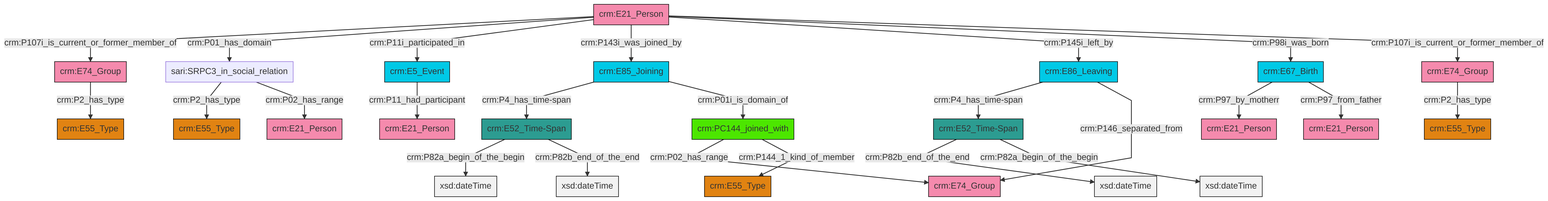
swiss-art-research-net/docs.swissartresearch keeps this Mermaid diagram as et/personCSV/ttl/mmd/png/Person_Actor_Relations.png. Above is the earlier version. Its source is kept beside it as et/personCSV/ttl/mmd/Person_Actor_Relations.ttl.mmd.
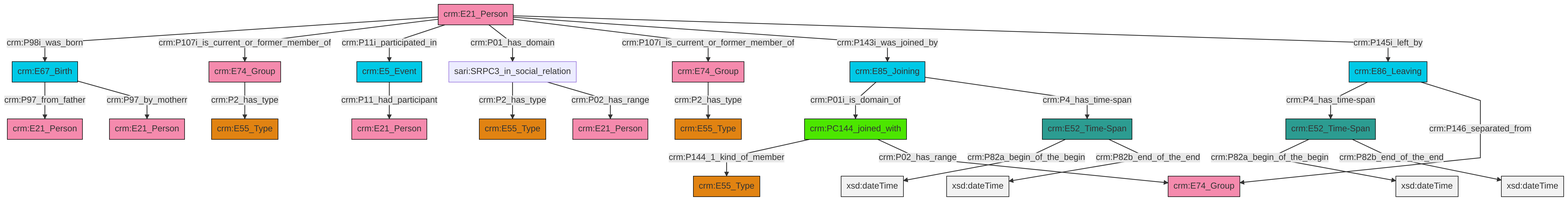
Above is the later version.

Diff of the diagram source:
```diff
@@ -13,27 +13,27 @@
 classDef PC_Classes fill:#4ce600, stroke:#000000;
 classDef Multi fill:#cccccc,stroke:#000000;
 
-6["crm:E86_Leaving"]:::Temporal_Entity -->|crm:P4_has_time-span| 7["crm:E52_Time-Span"]:::Time-Span
-8["crm:E21_Person"]:::Actor -->|crm:P107i_is_current_or_former_member_of| 9["crm:E74_Group"]:::Actor
-6["crm:E86_Leaving"]:::Temporal_Entity -->|crm:P146_separated_from| 10["crm:E74_Group"]:::Actor
-11["crm:E74_Group"]:::Actor -->|crm:P2_has_type| 12["crm:E55_Type"]:::Type
-8["crm:E21_Person"]:::Actor -->|crm:P01_has_domain| 13["sari:SRPC3_in_social_relation"]:::Default
-2["crm:E52_Time-Span"]:::Time-Span -->|crm:P82a_begin_of_the_begin| 15[xsd:dateTime]:::Literal
-4["crm:PC144_joined_with"]:::PC_Classes -->|crm:P02_has_range| 10["crm:E74_Group"]:::Actor
-8["crm:E21_Person"]:::Actor -->|crm:P11i_participated_in| 17["crm:E5_Event"]:::Temporal_Entity
-13["sari:SRPC3_in_social_relation"]:::Default -->|crm:P2_has_type| 22["crm:E55_Type"]:::Type
-23["crm:E85_Joining"]:::Temporal_Entity -->|crm:P4_has_time-span| 2["crm:E52_Time-Span"]:::Time-Span
-7["crm:E52_Time-Span"]:::Time-Span -->|crm:P82b_end_of_the_end| 26[xsd:dateTime]:::Literal
-23["crm:E85_Joining"]:::Temporal_Entity -->|crm:P01i_is_domain_of| 4["crm:PC144_joined_with"]:::PC_Classes
-13["sari:SRPC3_in_social_relation"]:::Default -->|crm:P02_has_range| 31["crm:E21_Person"]:::Actor
-2["crm:E52_Time-Span"]:::Time-Span -->|crm:P82b_end_of_the_end| 32[xsd:dateTime]:::Literal
-9["crm:E74_Group"]:::Actor -->|crm:P2_has_type| 0["crm:E55_Type"]:::Type
-4["crm:PC144_joined_with"]:::PC_Classes -->|crm:P144_1_kind_of_member| 19["crm:E55_Type"]:::Type
-29["crm:E67_Birth"]:::Temporal_Entity -->|crm:P97_by_motherr| 38["crm:E21_Person"]:::Actor
-8["crm:E21_Person"]:::Actor -->|crm:P143i_was_joined_by| 23["crm:E85_Joining"]:::Temporal_Entity
-29["crm:E67_Birth"]:::Temporal_Entity -->|crm:P97_from_father| 24["crm:E21_Person"]:::Actor
-8["crm:E21_Person"]:::Actor -->|crm:P145i_left_by| 6["crm:E86_Leaving"]:::Temporal_Entity
-17["crm:E5_Event"]:::Temporal_Entity -->|crm:P11_had_participant| 39["crm:E21_Person"]:::Actor
-8["crm:E21_Person"]:::Actor -->|crm:P98i_was_born| 29["crm:E67_Birth"]:::Temporal_Entity
-7["crm:E52_Time-Span"]:::Time-Span -->|crm:P82a_begin_of_the_begin| 45[xsd:dateTime]:::Literal
-8["crm:E21_Person"]:::Actor -->|crm:P107i_is_current_or_former_member_of| 11["crm:E74_Group"]:::Actor
+6["crm:E21_Person"]:::Actor -->|crm:P98i_was_born| 7["crm:E67_Birth"]:::Temporal_Entity
+6["crm:E21_Person"]:::Actor -->|crm:P107i_is_current_or_former_member_of| 0["crm:E74_Group"]:::Actor
+10["crm:E5_Event"]:::Temporal_Entity -->|crm:P11_had_participant| 2["crm:E21_Person"]:::Actor
+7["crm:E67_Birth"]:::Temporal_Entity -->|crm:P97_from_father| 11["crm:E21_Person"]:::Actor
+7["crm:E67_Birth"]:::Temporal_Entity -->|crm:P97_by_motherr| 12["crm:E21_Person"]:::Actor
+0["crm:E74_Group"]:::Actor -->|crm:P2_has_type| 4["crm:E55_Type"]:::Type
+13["crm:PC144_joined_with"]:::PC_Classes -->|crm:P144_1_kind_of_member| 14["crm:E55_Type"]:::Type
+8["crm:E52_Time-Span"]:::Time-Span -->|crm:P82a_begin_of_the_begin| 15[xsd:dateTime]:::Literal
+20["crm:E52_Time-Span"]:::Time-Span -->|crm:P82a_begin_of_the_begin| 21[xsd:dateTime]:::Literal
+6["crm:E21_Person"]:::Actor -->|crm:P11i_participated_in| 10["crm:E5_Event"]:::Temporal_Entity
+13["crm:PC144_joined_with"]:::PC_Classes -->|crm:P02_has_range| 22["crm:E74_Group"]:::Actor
+6["crm:E21_Person"]:::Actor -->|crm:P01_has_domain| 17["sari:SRPC3_in_social_relation"]:::Default
+24["crm:E86_Leaving"]:::Temporal_Entity -->|crm:P4_has_time-span| 20["crm:E52_Time-Span"]:::Time-Span
+28["crm:E74_Group"]:::Actor -->|crm:P2_has_type| 29["crm:E55_Type"]:::Type
+6["crm:E21_Person"]:::Actor -->|crm:P107i_is_current_or_former_member_of| 28["crm:E74_Group"]:::Actor
+17["sari:SRPC3_in_social_relation"]:::Default -->|crm:P2_has_type| 35["crm:E55_Type"]:::Type
+32["crm:E85_Joining"]:::Temporal_Entity -->|crm:P01i_is_domain_of| 13["crm:PC144_joined_with"]:::PC_Classes
+6["crm:E21_Person"]:::Actor -->|crm:P143i_was_joined_by| 32["crm:E85_Joining"]:::Temporal_Entity
+24["crm:E86_Leaving"]:::Temporal_Entity -->|crm:P146_separated_from| 22["crm:E74_Group"]:::Actor
+32["crm:E85_Joining"]:::Temporal_Entity -->|crm:P4_has_time-span| 8["crm:E52_Time-Span"]:::Time-Span
+8["crm:E52_Time-Span"]:::Time-Span -->|crm:P82b_end_of_the_end| 42[xsd:dateTime]:::Literal
+6["crm:E21_Person"]:::Actor -->|crm:P145i_left_by| 24["crm:E86_Leaving"]:::Temporal_Entity
+20["crm:E52_Time-Span"]:::Time-Span -->|crm:P82b_end_of_the_end| 46[xsd:dateTime]:::Literal
+17["sari:SRPC3_in_social_relation"]:::Default -->|crm:P02_has_range| 44["crm:E21_Person"]:::Actor
```
